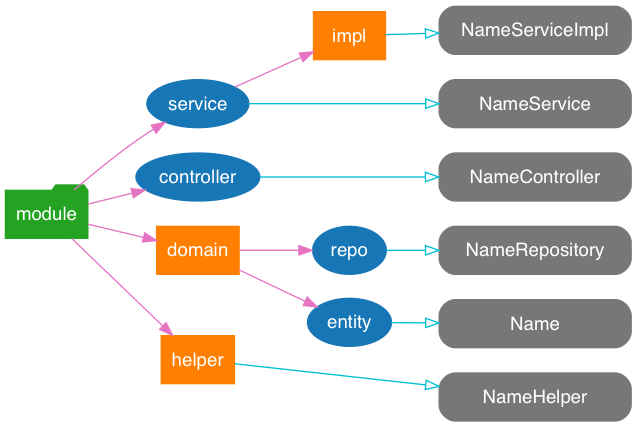
Before: static/image/2019/07/spring-mvc-module.png, a diagram exported from Graphviz (Jeanhwea/jeanhwea.github.io). Its source is kept beside it as static/image/2019/07/spring-mvc-module.dot.
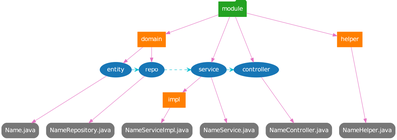
The same diagram one commit later.

The edit, as a diff of the source:
```diff
@@ -1,5 +1,5 @@
 digraph G {
-  rankdir="LR"; compound=true;
+  compound=true;
 
   node [shape=folder, style=filled, color="#24a222", fontcolor="white", fontname="Helvetia"];
   module;
@@ -17,7 +17,7 @@
 
   {
     rank = "same";
-    service; controller; domain; helper;
+    domain; helper;
   }
 
   edge [style=solid, color="#e574c3"];
@@ -25,22 +25,28 @@
   domain -> {entity, repository};
   service -> service_impl;
 
-  node [shape=Mrecord, style=filled, color="#777777", width=2];
+  node [shape=Mrecord, style=filled, color="#777777"];
   {
     rank="same";
-    Name;
-    NameRepository;
-    NameService;
-    NameServiceImpl;
-    NameController;
-    NameHelper;
+    Name[label="Name.java"];
+    NameRepository[label="NameRepository.java"];
+    NameService[label="NameService.java"];
+    NameServiceImpl[label="NameServiceImpl.java"];
+    NameController[label="NameController.java"];
+    NameHelper[label="NameHelper.java"];
   }
 
-  edge [shape=dot, style=solid, color="#00bed1", arrowhead="empty"];
+  edge [shape=dot, style=solid];
   entity -> Name;
   repository -> NameRepository;
   service -> NameService;
   service_impl -> NameServiceImpl;
   controller -> NameController;
   helper -> NameHelper;
+
+  edge[style=dashed, arrowhead="vee", color="#00bed1"];
+  {
+    rank="same";
+    entity -> repository -> service -> controller;
+  }
 }
```
